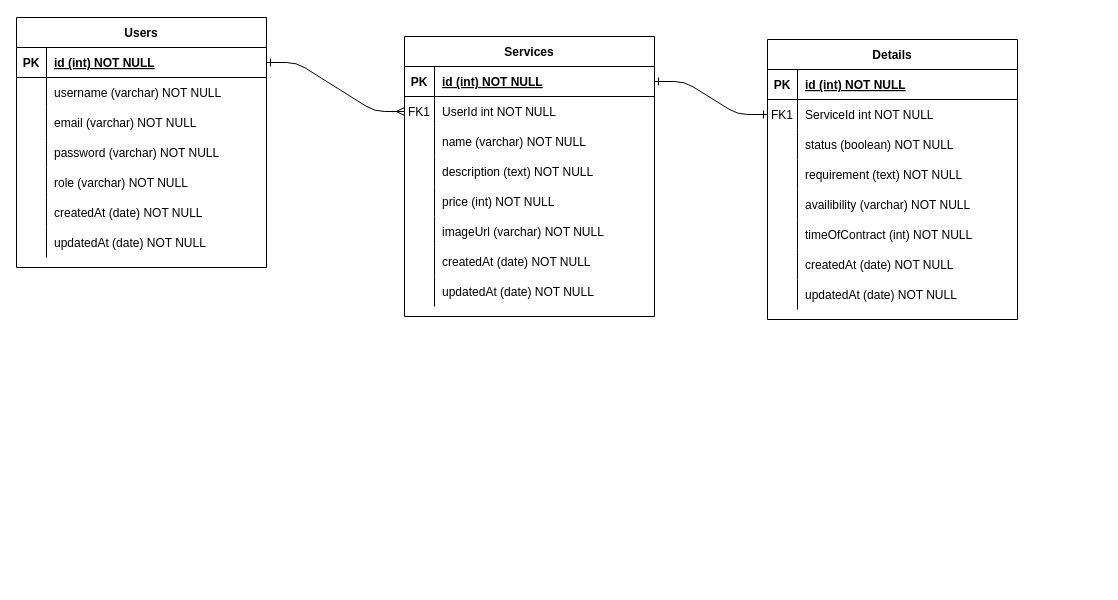
This is Fotoin scheme.drawio from narindaGp/Fotoin, a draw.io file, before an edit. Source tidied: cells renumbered, new cells numbered last; positions are measured from the earlier drawing's top-left corner, leaving out a move shared by most shapes. Both pictures are drawn from the tidied source at 100%, with x=0, y=0 at pixel (16, 17).
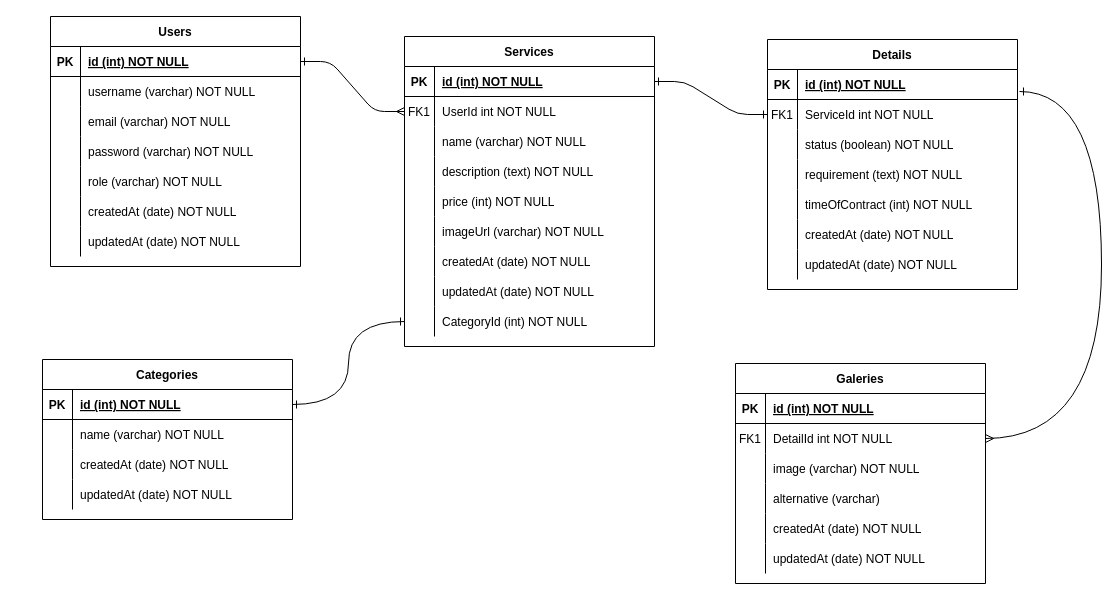
The same page after the edit.

Unchanged cells that the change refers to:
```xml
<mxCell id="30" style="shape=partialRectangle;fillColor=none;points=[[0,0.5],[1,0.5]];portConstraint=eastwest;top=0;left=0;right=0;bottom=1;" parent="29" vertex="1">
  <mxGeometry y="30" width="250" height="30" as="geometry" />
</mxCell>
```

What changed in the source:
```diff
@@
+    <mxCell id="76" style="edgeStyle=orthogonalEdgeStyle;html=1;exitX=0;exitY=0.5;exitDx=0;exitDy=0;entryX=1;entryY=0.5;entryDx=0;entryDy=0;curved=1;endArrow=ERone;endFill=0;startArrow=ERone;startFill=0;" parent="1" edge="1" source="77" target="82">
+      <mxGeometry relative="1" as="geometry" />
+    </mxCell>
     <mxCell id="4" value="Services" style="shape=table;startSize=30;childLayout=tableLayout;rowLines=0;fontStyle=1;align=center;" parent="1" vertex="1">
-      <mxGeometry x="388" y="19" width="250" height="280" as="geometry" />
+      <mxGeometry x="388" y="19" width="250" height="310" as="geometry" />
     </mxCell>
@@
+    <mxCell id="77" style="shape=partialRectangle;fillColor=none;points=[[0,0.5],[1,0.5]];portConstraint=eastwest;top=0;left=0;right=0;bottom=0;" parent="4" vertex="1">
+      <mxGeometry y="270" width="250" height="30" as="geometry" />
+    </mxCell>
+    <mxCell id="78" style="shape=partialRectangle;overflow=hidden;fillColor=none;top=0;left=0;bottom=0;right=0;" parent="77" vertex="1">
+      <mxGeometry width="30" height="30" as="geometry" />
+    </mxCell>
+    <mxCell id="79" value="CategoryId (int) NOT NULL" style="shape=partialRectangle;overflow=hidden;fillColor=none;top=0;left=0;bottom=0;right=0;align=left;spacingLeft=6;" parent="77" vertex="1">
+      <mxGeometry x="30" width="220" height="30" as="geometry" />
+    </mxCell>
+    <mxCell id="80" style="edgeStyle=orthogonalEdgeStyle;curved=1;html=1;startArrow=ERone;startFill=0;endArrow=ERmany;endFill=0;exitX=1.008;exitY=0.733;exitDx=0;exitDy=0;exitPerimeter=0;entryX=1;entryY=0.5;entryDx=0;entryDy=0;" parent="1" edge="1" source="30" target="98">
+      <mxGeometry relative="1" as="geometry">
+        <Array as="points">
+          <mxPoint x="1085" y="74" />
+          <mxPoint x="1085" y="421" />
+        </Array>
+      </mxGeometry>
+    </mxCell>
     <mxCell id="29" value="Details" style="shape=table;startSize=30;childLayout=tableLayout;rowLines=0;fontStyle=1;align=center;" parent="1" vertex="1">
-      <mxGeometry x="751" y="22" width="250" height="280" as="geometry" />
+      <mxGeometry x="751" y="22" width="250" height="250" as="geometry" />
     </mxCell>
@@
-    <mxCell id="42" style="shape=partialRectangle;fillColor=none;top=0;left=0;right=0;bottom=0;" parent="29" vertex="1">
-      <mxGeometry y="150" width="250" height="30" as="geometry" />
-    </mxCell>
-    <mxCell id="43" style="shape=partialRectangle;overflow=hidden;fillColor=none;top=0;left=0;bottom=0;right=0;" parent="42" vertex="1">
-      <mxGeometry width="30" height="30" as="geometry" />
-    </mxCell>
-    <mxCell id="44" value="availibility (varchar) NOT NULL" style="shape=partialRectangle;overflow=hidden;fillColor=none;top=0;left=0;bottom=0;right=0;align=left;spacingLeft=6;" parent="42" vertex="1">
-      <mxGeometry x="30" width="220" height="30" as="geometry" />
-    </mxCell>
     <mxCell id="45" style="shape=partialRectangle;fillColor=none;top=0;left=0;right=0;bottom=0;" parent="29" vertex="1">
-      <mxGeometry y="180" width="250" height="30" as="geometry" />
+      <mxGeometry y="150" width="250" height="30" as="geometry" />
     </mxCell>
@@
     <mxCell id="48" style="shape=partialRectangle;fillColor=none;top=0;left=0;right=0;bottom=0;" parent="29" vertex="1">
-      <mxGeometry y="210" width="250" height="30" as="geometry" />
+      <mxGeometry y="180" width="250" height="30" as="geometry" />
     </mxCell>
@@
     <mxCell id="51" style="shape=partialRectangle;fillColor=none;top=0;left=0;right=0;bottom=0;" parent="29" vertex="1">
-      <mxGeometry y="240" width="250" height="30" as="geometry" />
+      <mxGeometry y="210" width="250" height="30" as="geometry" />
     </mxCell>
@@
     <mxCell id="54" value="Users" style="shape=table;startSize=30;childLayout=tableLayout;rowLines=0;fontStyle=1;align=center;" parent="1" vertex="1">
-      <mxGeometry width="250" height="250" as="geometry" />
+      <mxGeometry x="34" y="-1" width="250" height="250" as="geometry" />
     </mxCell>
@@
+    <mxCell id="81" value="Categories" style="shape=table;startSize=30;childLayout=tableLayout;rowLines=0;fontStyle=1;align=center;" parent="1" vertex="1">
+      <mxGeometry x="26" y="342" width="250" height="160" as="geometry" />
+    </mxCell>
+    <mxCell id="82" style="shape=partialRectangle;fillColor=none;points=[[0,0.5],[1,0.5]];portConstraint=eastwest;top=0;left=0;right=0;bottom=1;" parent="81" vertex="1">
+      <mxGeometry y="30" width="250" height="30" as="geometry" />
+    </mxCell>
+    <mxCell id="83" value="PK" style="shape=partialRectangle;overflow=hidden;fillColor=none;top=0;left=0;bottom=0;right=0;fontStyle=1;" parent="82" vertex="1">
+      <mxGeometry width="30" height="30" as="geometry" />
+    </mxCell>
+    <mxCell id="84" value="id (int) NOT NULL " style="shape=partialRectangle;overflow=hidden;fillColor=none;top=0;left=0;bottom=0;right=0;align=left;spacingLeft=6;fontStyle=5;" parent="82" vertex="1">
+      <mxGeometry x="30" width="220" height="30" as="geometry" />
+    </mxCell>
+    <mxCell id="85" style="shape=partialRectangle;fillColor=none;top=0;left=0;right=0;bottom=0;" parent="81" vertex="1">
+      <mxGeometry y="60" width="250" height="30" as="geometry" />
+    </mxCell>
+    <mxCell id="86" style="shape=partialRectangle;overflow=hidden;fillColor=none;top=0;left=0;bottom=0;right=0;" parent="85" vertex="1">
+      <mxGeometry width="30" height="30" as="geometry" />
+    </mxCell>
+    <mxCell id="87" value="name (varchar) NOT NULL" style="shape=partialRectangle;overflow=hidden;fillColor=none;top=0;left=0;bottom=0;right=0;align=left;spacingLeft=6;" parent="85" vertex="1">
+      <mxGeometry x="30" width="220" height="30" as="geometry" />
+    </mxCell>
+    <mxCell id="88" style="shape=partialRectangle;fillColor=none;top=0;left=0;right=0;bottom=0;" parent="81" vertex="1">
+      <mxGeometry y="90" width="250" height="30" as="geometry" />
+    </mxCell>
+    <mxCell id="89" style="shape=partialRectangle;overflow=hidden;fillColor=none;top=0;left=0;bottom=0;right=0;" parent="88" vertex="1">
+      <mxGeometry width="30" height="30" as="geometry" />
+    </mxCell>
+    <mxCell id="90" value="createdAt (date) NOT NULL" style="shape=partialRectangle;overflow=hidden;fillColor=none;top=0;left=0;bottom=0;right=0;align=left;spacingLeft=6;" parent="88" vertex="1">
+      <mxGeometry x="30" width="220" height="30" as="geometry" />
+    </mxCell>
+    <mxCell id="91" style="shape=partialRectangle;fillColor=none;top=0;left=0;right=0;bottom=0;" parent="81" vertex="1">
+      <mxGeometry y="120" width="250" height="30" as="geometry" />
+    </mxCell>
+    <mxCell id="92" style="shape=partialRectangle;overflow=hidden;fillColor=none;top=0;left=0;bottom=0;right=0;" parent="91" vertex="1">
+      <mxGeometry width="30" height="30" as="geometry" />
+    </mxCell>
+    <mxCell id="93" value="updatedAt (date) NOT NULL" style="shape=partialRectangle;overflow=hidden;fillColor=none;top=0;left=0;bottom=0;right=0;align=left;spacingLeft=6;" parent="91" vertex="1">
+      <mxGeometry x="30" width="220" height="30" as="geometry" />
+    </mxCell>
+    <mxCell id="94" value="Galeries" style="shape=table;startSize=30;childLayout=tableLayout;rowLines=0;fontStyle=1;align=center;" parent="1" vertex="1">
+      <mxGeometry x="719" y="346" width="250" height="220" as="geometry" />
+    </mxCell>
+    <mxCell id="95" style="shape=partialRectangle;fillColor=none;top=0;left=0;right=0;bottom=1;" parent="94" vertex="1">
+      <mxGeometry y="30" width="250" height="30" as="geometry" />
+    </mxCell>
+    <mxCell id="96" value="PK" style="shape=partialRectangle;overflow=hidden;fillColor=none;top=0;left=0;bottom=0;right=0;fontStyle=1;" parent="95" vertex="1">
+      <mxGeometry width="30" height="30" as="geometry" />
+    </mxCell>
+    <mxCell id="97" value="id (int) NOT NULL " style="shape=partialRectangle;overflow=hidden;fillColor=none;top=0;left=0;bottom=0;right=0;align=left;spacingLeft=6;fontStyle=5;" parent="95" vertex="1">
+      <mxGeometry x="30" width="220" height="30" as="geometry" />
+    </mxCell>
+    <mxCell id="98" style="shape=partialRectangle;fillColor=none;points=[[0,0.5],[1,0.5]];portConstraint=eastwest;top=0;left=0;right=0;bottom=0;" parent="94" vertex="1">
+      <mxGeometry y="60" width="250" height="30" as="geometry" />
+    </mxCell>
+    <mxCell id="99" value="FK1" style="shape=partialRectangle;overflow=hidden;fillColor=none;top=0;left=0;bottom=0;right=0;" parent="98" vertex="1">
+      <mxGeometry width="30" height="30" as="geometry" />
+    </mxCell>
+    <mxCell id="100" value="DetailId int NOT NULL" style="shape=partialRectangle;overflow=hidden;fillColor=none;top=0;left=0;bottom=0;right=0;align=left;spacingLeft=6;" parent="98" vertex="1">
+      <mxGeometry x="30" width="220" height="30" as="geometry" />
+    </mxCell>
+    <mxCell id="101" style="shape=partialRectangle;fillColor=none;top=0;left=0;right=0;bottom=0;" parent="94" vertex="1">
+      <mxGeometry y="90" width="250" height="30" as="geometry" />
+    </mxCell>
+    <mxCell id="102" style="shape=partialRectangle;overflow=hidden;fillColor=none;top=0;left=0;bottom=0;right=0;" parent="101" vertex="1">
+      <mxGeometry width="30" height="30" as="geometry" />
+    </mxCell>
+    <mxCell id="103" value="image (varchar) NOT NULL" style="shape=partialRectangle;overflow=hidden;fillColor=none;top=0;left=0;bottom=0;right=0;align=left;spacingLeft=6;" parent="101" vertex="1">
+      <mxGeometry x="30" width="220" height="30" as="geometry" />
+    </mxCell>
+    <mxCell id="104" style="shape=partialRectangle;fillColor=none;top=0;left=0;right=0;bottom=0;" parent="94" vertex="1">
+      <mxGeometry y="120" width="250" height="30" as="geometry" />
+    </mxCell>
+    <mxCell id="105" style="shape=partialRectangle;overflow=hidden;fillColor=none;top=0;left=0;bottom=0;right=0;" parent="104" vertex="1">
+      <mxGeometry width="30" height="30" as="geometry" />
+    </mxCell>
+    <mxCell id="106" value="alternative (varchar)" style="shape=partialRectangle;overflow=hidden;fillColor=none;top=0;left=0;bottom=0;right=0;align=left;spacingLeft=6;" parent="104" vertex="1">
+      <mxGeometry x="30" width="220" height="30" as="geometry" />
+    </mxCell>
+    <mxCell id="42" style="shape=partialRectangle;fillColor=none;top=0;left=0;right=0;bottom=0;" parent="94" vertex="1">
+      <mxGeometry y="150" width="250" height="30" as="geometry" />
+    </mxCell>
+    <mxCell id="107" style="shape=partialRectangle;overflow=hidden;fillColor=none;top=0;left=0;bottom=0;right=0;" parent="42" vertex="1">
+      <mxGeometry width="30" height="30" as="geometry" />
+    </mxCell>
+    <mxCell id="108" value="createdAt (date) NOT NULL" style="shape=partialRectangle;overflow=hidden;fillColor=none;top=0;left=0;bottom=0;right=0;align=left;spacingLeft=6;" parent="42" vertex="1">
+      <mxGeometry x="30" width="220" height="30" as="geometry" />
+    </mxCell>
+    <mxCell id="109" style="shape=partialRectangle;fillColor=none;top=0;left=0;right=0;bottom=0;" parent="94" vertex="1">
+      <mxGeometry y="180" width="250" height="30" as="geometry" />
+    </mxCell>
+    <mxCell id="110" style="shape=partialRectangle;overflow=hidden;fillColor=none;top=0;left=0;bottom=0;right=0;" parent="109" vertex="1">
+      <mxGeometry width="30" height="30" as="geometry" />
+    </mxCell>
+    <mxCell id="111" value="updatedAt (date) NOT NULL" style="shape=partialRectangle;overflow=hidden;fillColor=none;top=0;left=0;bottom=0;right=0;align=left;spacingLeft=6;" parent="109" vertex="1">
+      <mxGeometry x="30" width="220" height="30" as="geometry" />
+    </mxCell>
```
